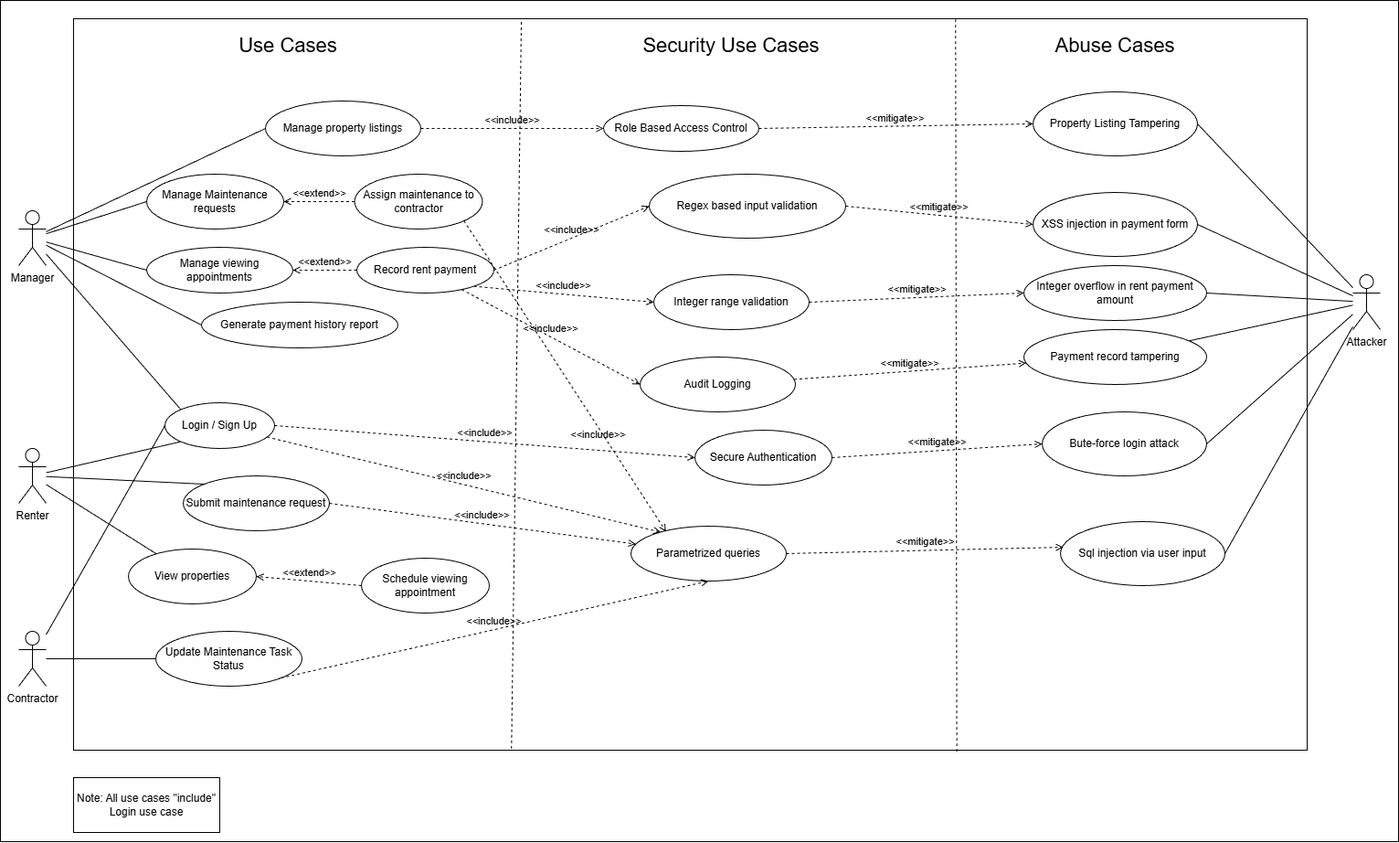
Earlier version of the draw.io export SSD_UseCaseDiagram_RealEstateProject.drawio.png (60106307/SSD_Assignment). Source tidied: cells renumbered, new cells last; positions are measured from the earlier drawing's top-left corner, leaving out a move shared by most shapes.
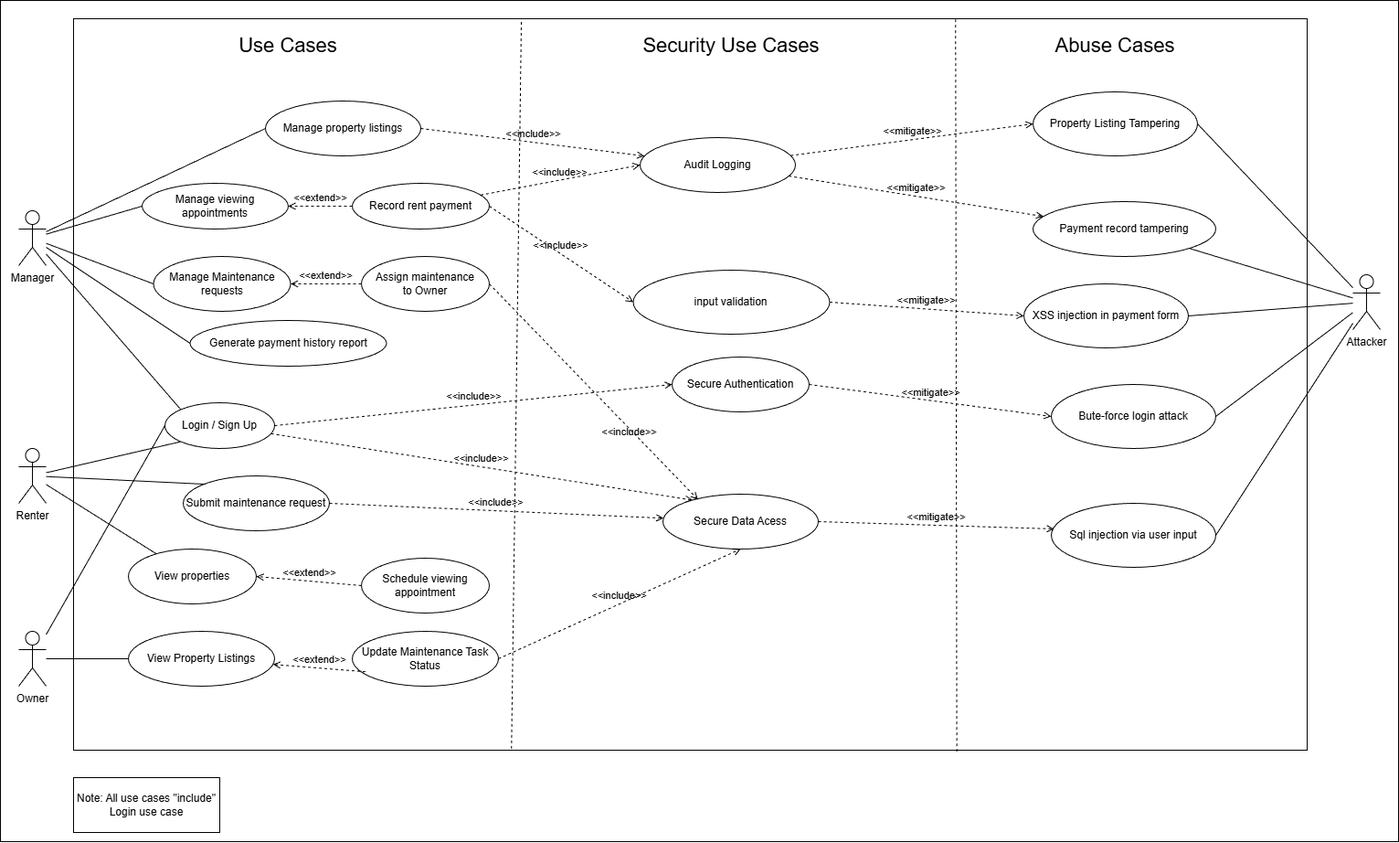
Later version of the same file.

Commit message:
Updated Use Case Diagram as per feedback

Changed low level security use cases to high level and assigned new use case to Owner, changed from contractor to Owner

What changed in the source:
```diff
@@ -26,23 +26,23 @@
     <mxCell id="9" value="Schedule viewing appointment" style="ellipse;whiteSpace=wrap;html=1;" parent="1" vertex="1">
       <mxGeometry x="395" y="610" width="140" height="60" as="geometry" />
     </mxCell>
-    <mxCell id="10" value="Assign maintenance to c&lt;span style=&quot;text-wrap-mode: nowrap;&quot;&gt;ontractor&lt;/span&gt;" style="ellipse;whiteSpace=wrap;html=1;" parent="1" vertex="1">
-      <mxGeometry x="387.5" y="190" width="140" height="60" as="geometry" />
+    <mxCell id="10" value="Assign maintenance to&amp;nbsp;&lt;span style=&quot;text-wrap-mode: nowrap;&quot;&gt;Owner&lt;/span&gt;" style="ellipse;whiteSpace=wrap;html=1;" parent="1" vertex="1">
+      <mxGeometry x="395" y="280" width="140" height="60" as="geometry" />
     </mxCell>
     <mxCell id="11" value="Manage Maintenance requests" style="ellipse;whiteSpace=wrap;html=1;" parent="1" vertex="1">
-      <mxGeometry x="160" y="190" width="150" height="60" as="geometry" />
+      <mxGeometry x="167.5" y="280" width="150" height="60" as="geometry" />
     </mxCell>
     <mxCell id="12" value="Record rent payment" style="ellipse;whiteSpace=wrap;html=1;" parent="1" vertex="1">
-      <mxGeometry x="390" y="270" width="150" height="50" as="geometry" />
+      <mxGeometry x="385" y="200" width="150" height="50" as="geometry" />
     </mxCell>
     <mxCell id="13" value="Generate payment history report" style="ellipse;whiteSpace=wrap;html=1;" parent="1" vertex="1">
-      <mxGeometry x="220" y="330" width="215" height="50" as="geometry" />
+      <mxGeometry x="207.5" y="350" width="215" height="50" as="geometry" />
     </mxCell>
     <mxCell id="14" value="Login /&amp;nbsp;&lt;span style=&quot;background-color: transparent; color: light-dark(rgb(0, 0, 0), rgb(255, 255, 255));&quot;&gt;Sign Up&lt;/span&gt;" style="ellipse;whiteSpace=wrap;html=1;" parent="1" vertex="1">
       <mxGeometry x="180" y="440" width="120" height="50" as="geometry" />
     </mxCell>
     <mxCell id="15" value="Manage viewing appointments" style="ellipse;whiteSpace=wrap;html=1;" parent="1" vertex="1">
-      <mxGeometry x="160" y="270" width="160" height="50" as="geometry" />
+      <mxGeometry x="155" y="200" width="160" height="50" as="geometry" />
     </mxCell>
     <mxCell id="16" style="endArrow=none;html=1;rounded=0;entryX=0;entryY=0.5;entryDx=0;entryDy=0;" parent="1" edge="1" source="4" target="6">
       <mxGeometry relative="1" as="geometry" />
@@ -60,7 +60,7 @@
       <mxGeometry relative="1" as="geometry" />
     </mxCell>
     <mxCell id="21" value="&amp;lt;&amp;lt;extend&amp;gt;&amp;gt;" style="html=1;verticalAlign=bottom;labelBackgroundColor=none;endArrow=open;endFill=0;dashed=1;rounded=0;entryX=1;entryY=0.5;entryDx=0;entryDy=0;exitX=0;exitY=0.5;exitDx=0;exitDy=0;" parent="1" edge="1" source="10" target="11">
-      <mxGeometry relative="1" as="geometry" />
+      <mxGeometry x="0.01" relative="1" as="geometry" />
     </mxCell>
     <mxCell id="22" value="&amp;lt;&amp;lt;extend&amp;gt;&amp;gt;" style="html=1;verticalAlign=bottom;labelBackgroundColor=none;endArrow=open;endFill=0;dashed=1;rounded=0;entryX=1;entryY=0.5;entryDx=0;entryDy=0;exitX=0;exitY=0.5;exitDx=0;exitDy=0;" parent="1" edge="1" source="12" target="15">
       <mxGeometry relative="1" as="geometry" />
@@ -77,23 +77,23 @@
     <mxCell id="26" value="&amp;lt;&amp;lt;extend&amp;gt;&amp;gt;" style="html=1;verticalAlign=bottom;labelBackgroundColor=none;endArrow=open;endFill=0;dashed=1;rounded=0;entryX=1;entryY=0.5;entryDx=0;entryDy=0;exitX=0;exitY=0.5;exitDx=0;exitDy=0;" parent="1" edge="1" source="9" target="8">
       <mxGeometry relative="1" as="geometry" />
     </mxCell>
-    <mxCell id="27" value="Contractor" style="shape=umlActor;verticalLabelPosition=bottom;verticalAlign=top;html=1;outlineConnect=0;" parent="1" vertex="1">
+    <mxCell id="27" value="Owner" style="shape=umlActor;verticalLabelPosition=bottom;verticalAlign=top;html=1;outlineConnect=0;" parent="1" vertex="1">
       <mxGeometry x="20" y="690" width="30" height="60" as="geometry" />
     </mxCell>
     <mxCell id="28" value="Update Maintenance Task Status" style="ellipse;whiteSpace=wrap;html=1;" parent="1" vertex="1">
-      <mxGeometry x="170" y="690" width="160" height="60" as="geometry" />
+      <mxGeometry x="385" y="690" width="160" height="60" as="geometry" />
     </mxCell>
     <mxCell id="29" value="Note: All use cases &quot;include&quot; Login use case" style="rounded=0;whiteSpace=wrap;html=1;" parent="1" vertex="1">
       <mxGeometry x="80" y="850" width="160" height="60" as="geometry" />
     </mxCell>
-    <mxCell id="30" style="endArrow=none;html=1;rounded=0;entryX=0;entryY=0.5;entryDx=0;entryDy=0;" parent="1" edge="1" source="27" target="28">
+    <mxCell id="30" style="endArrow=none;html=1;rounded=0;" parent="1" edge="1" source="27" target="71">
       <mxGeometry relative="1" as="geometry" />
     </mxCell>
     <mxCell id="31" value="Use Cases" style="text;html=1;whiteSpace=wrap;strokeColor=none;fillColor=none;align=center;verticalAlign=middle;rounded=0;fontSize=22;" parent="1" vertex="1">
       <mxGeometry x="250" y="30" width="130" height="40" as="geometry" />
     </mxCell>
     <mxCell id="32" value="Secure Authentication" style="ellipse;whiteSpace=wrap;html=1;" parent="1" vertex="1">
-      <mxGeometry x="760" y="470" width="150" height="60" as="geometry" />
+      <mxGeometry x="735" y="390" width="150" height="60" as="geometry" />
     </mxCell>
     <mxCell id="33" style="endArrow=none;dashed=1;html=1;rounded=0;entryX=0.363;entryY=0.002;entryDx=0;entryDy=0;exitX=0.355;exitY=0.998;exitDx=0;exitDy=0;entryPerimeter=0;exitPerimeter=0;" parent="1" edge="1" source="3" target="3">
       <mxGeometry relative="1" as="geometry" />
@@ -104,39 +104,27 @@
     <mxCell id="35" value="&amp;lt;&amp;lt;include&amp;gt;&amp;gt;" style="html=1;verticalAlign=bottom;labelBackgroundColor=none;endArrow=open;endFill=0;dashed=1;rounded=0;entryX=0;entryY=0.5;entryDx=0;entryDy=0;exitX=1;exitY=0.5;exitDx=0;exitDy=0;" parent="1" edge="1" source="14" target="32">
       <mxGeometry relative="1" as="geometry" />
     </mxCell>
-    <mxCell id="36" value="Role Based Access Control" style="ellipse;whiteSpace=wrap;html=1;" parent="1" vertex="1">
-      <mxGeometry x="660" y="115" width="170" height="50" as="geometry" />
-    </mxCell>
-    <mxCell id="37" value="&amp;lt;&amp;lt;include&amp;gt;&amp;gt;" style="html=1;verticalAlign=bottom;labelBackgroundColor=none;endArrow=open;endFill=0;dashed=1;rounded=0;entryX=0;entryY=0.5;entryDx=0;entryDy=0;exitX=1;exitY=0.5;exitDx=0;exitDy=0;" parent="1" edge="1" source="6" target="36">
-      <mxGeometry relative="1" as="geometry" />
-    </mxCell>
     <mxCell id="38" value="Abuse Cases" style="text;html=1;whiteSpace=wrap;strokeColor=none;fillColor=none;align=center;verticalAlign=middle;rounded=0;fontSize=22;" parent="1" vertex="1">
       <mxGeometry x="1110" y="30" width="220" height="40" as="geometry" />
     </mxCell>
-    <mxCell id="39" value="Parametrized queries" style="ellipse;whiteSpace=wrap;html=1;" parent="1" vertex="1">
-      <mxGeometry x="690" y="575" width="170" height="60" as="geometry" />
+    <mxCell id="39" value="Secure Data Acess" style="ellipse;whiteSpace=wrap;html=1;" parent="1" vertex="1">
+      <mxGeometry x="725" y="540" width="170" height="60" as="geometry" />
     </mxCell>
-    <mxCell id="40" value="Integer range validation" style="ellipse;whiteSpace=wrap;html=1;" parent="1" vertex="1">
-      <mxGeometry x="715" y="300" width="170" height="60" as="geometry" />
-    </mxCell>
-    <mxCell id="41" value="Regex based input validation" style="ellipse;whiteSpace=wrap;html=1;" parent="1" vertex="1">
-      <mxGeometry x="710" y="190" width="215" height="70" as="geometry" />
+    <mxCell id="41" value="input validation" style="ellipse;whiteSpace=wrap;html=1;" parent="1" vertex="1">
+      <mxGeometry x="692.5" y="295" width="215" height="70" as="geometry" />
     </mxCell>
     <mxCell id="42" style="endArrow=none;dashed=1;html=1;rounded=0;entryX=0.715;entryY=0.001;entryDx=0;entryDy=0;exitX=0.716;exitY=1.002;exitDx=0;exitDy=0;entryPerimeter=0;exitPerimeter=0;" parent="1" edge="1" source="3" target="3">
       <mxGeometry relative="1" as="geometry" />
     </mxCell>
     <mxCell id="43" value="Bute-force login attack" style="ellipse;whiteSpace=wrap;html=1;" parent="1" vertex="1">
-      <mxGeometry x="1140" y="450" width="180" height="70" as="geometry" />
+      <mxGeometry x="1150" y="420" width="180" height="70" as="geometry" />
     </mxCell>
     <mxCell id="44" value="Property Listing Tampering" style="ellipse;whiteSpace=wrap;html=1;" parent="1" vertex="1">
       <mxGeometry x="1130" y="100" width="180" height="70" as="geometry" />
     </mxCell>
     <mxCell id="45" value="XSS injection in payment form" style="ellipse;whiteSpace=wrap;html=1;" parent="1" vertex="1">
-      <mxGeometry x="1130" y="210" width="180" height="70" as="geometry" />
+      <mxGeometry x="1120" y="310" width="180" height="70" as="geometry" />
     </mxCell>
-    <mxCell id="46" value="Integer overflow in rent payment amount" style="ellipse;whiteSpace=wrap;html=1;" parent="1" vertex="1">
-      <mxGeometry x="1120" y="290" width="200" height="60" as="geometry" />
-    </mxCell>
     <mxCell id="47" value="Attacker" style="shape=umlActor;verticalLabelPosition=bottom;verticalAlign=top;html=1;outlineConnect=0;" parent="1" vertex="1">
       <mxGeometry x="1480" y="300" width="30" height="60" as="geometry" />
     </mxCell>
@@ -149,20 +137,11 @@
     <mxCell id="50" value="&amp;lt;&amp;lt;mitigate&lt;span style=&quot;background-color: transparent; color: light-dark(rgb(0, 0, 0), rgb(255, 255, 255));&quot;&gt;&amp;gt;&amp;gt;&lt;/span&gt;" style="html=1;verticalAlign=bottom;labelBackgroundColor=none;endArrow=open;endFill=0;dashed=1;rounded=0;entryX=0;entryY=0.5;entryDx=0;entryDy=0;exitX=1;exitY=0.5;exitDx=0;exitDy=0;" parent="1" edge="1" source="32" target="43">
       <mxGeometry relative="1" as="geometry" />
     </mxCell>
-    <mxCell id="51" value="&amp;lt;&amp;lt;mitigate&lt;span style=&quot;background-color: transparent; color: light-dark(rgb(0, 0, 0), rgb(255, 255, 255));&quot;&gt;&amp;gt;&amp;gt;&lt;/span&gt;" style="html=1;verticalAlign=bottom;labelBackgroundColor=none;endArrow=open;endFill=0;dashed=1;rounded=0;entryX=0;entryY=0.5;entryDx=0;entryDy=0;exitX=1;exitY=0.5;exitDx=0;exitDy=0;" parent="1" edge="1" source="36" target="44">
-      <mxGeometry relative="1" as="geometry" />
-    </mxCell>
     <mxCell id="52" value="&amp;lt;&amp;lt;include&amp;gt;&amp;gt;" style="html=1;verticalAlign=bottom;labelBackgroundColor=none;endArrow=open;endFill=0;dashed=1;rounded=0;exitX=1;exitY=0.5;exitDx=0;exitDy=0;" parent="1" edge="1" source="7" target="39">
       <mxGeometry relative="1" as="geometry" />
     </mxCell>
-    <mxCell id="53" value="&amp;lt;&amp;lt;include&amp;gt;&amp;gt;" style="html=1;verticalAlign=bottom;labelBackgroundColor=none;endArrow=open;endFill=0;dashed=1;rounded=0;entryX=0;entryY=0.5;entryDx=0;entryDy=0;exitX=1;exitY=1;exitDx=0;exitDy=0;" parent="1" edge="1" source="12" target="40">
-      <mxGeometry relative="1" as="geometry" />
-    </mxCell>
-    <mxCell id="54" value="&amp;lt;&amp;lt;mitigate&lt;span style=&quot;background-color: transparent; color: light-dark(rgb(0, 0, 0), rgb(255, 255, 255));&quot;&gt;&amp;gt;&amp;gt;&lt;/span&gt;" style="html=1;verticalAlign=bottom;labelBackgroundColor=none;endArrow=open;endFill=0;dashed=1;rounded=0;entryX=0;entryY=0.5;entryDx=0;entryDy=0;exitX=1;exitY=0.5;exitDx=0;exitDy=0;" parent="1" edge="1" source="40" target="46">
-      <mxGeometry relative="1" as="geometry" />
-    </mxCell>
     <mxCell id="55" value="Sql injection via user input" style="ellipse;whiteSpace=wrap;html=1;" parent="1" vertex="1">
-      <mxGeometry x="1160" y="570" width="180" height="70" as="geometry" />
+      <mxGeometry x="1150" y="550" width="180" height="70" as="geometry" />
     </mxCell>
     <mxCell id="56" value="&amp;lt;&amp;lt;mitigate&lt;span style=&quot;background-color: transparent; color: light-dark(rgb(0, 0, 0), rgb(255, 255, 255));&quot;&gt;&amp;gt;&amp;gt;&lt;/span&gt;" style="html=1;verticalAlign=bottom;labelBackgroundColor=none;endArrow=open;endFill=0;dashed=1;rounded=0;entryX=0.017;entryY=0.4;entryDx=0;entryDy=0;exitX=1;exitY=0.5;exitDx=0;exitDy=0;entryPerimeter=0;" parent="1" edge="1" source="39" target="55">
       <mxGeometry relative="1" as="geometry" />
@@ -173,9 +152,6 @@
     <mxCell id="58" style="endArrow=none;html=1;rounded=0;entryX=1;entryY=0.5;entryDx=0;entryDy=0;" parent="1" edge="1" source="47" target="45">
       <mxGeometry relative="1" as="geometry" />
     </mxCell>
-    <mxCell id="59" style="endArrow=none;html=1;rounded=0;entryX=1;entryY=0.5;entryDx=0;entryDy=0;" parent="1" edge="1" source="47" target="46">
-      <mxGeometry relative="1" as="geometry" />
-    </mxCell>
     <mxCell id="60" style="endArrow=none;html=1;rounded=0;entryX=1;entryY=0.5;entryDx=0;entryDy=0;" parent="1" edge="1" source="47" target="43">
       <mxGeometry relative="1" as="geometry" />
     </mxCell>
@@ -183,10 +159,10 @@
       <mxGeometry relative="1" as="geometry" />
     </mxCell>
     <mxCell id="62" value="Audit Logging" style="ellipse;whiteSpace=wrap;html=1;" parent="1" vertex="1">
-      <mxGeometry x="700" y="390" width="170" height="60" as="geometry" />
+      <mxGeometry x="700" y="150" width="170" height="60" as="geometry" />
     </mxCell>
     <mxCell id="63" value="Payment record tampering" style="ellipse;whiteSpace=wrap;html=1;" parent="1" vertex="1">
-      <mxGeometry x="1120" y="360" width="200" height="60" as="geometry" />
+      <mxGeometry x="1130" y="220" width="200" height="60" as="geometry" />
     </mxCell>
     <mxCell id="64" value="&amp;lt;&amp;lt;include&amp;gt;&amp;gt;" style="html=1;verticalAlign=bottom;labelBackgroundColor=none;endArrow=open;endFill=0;dashed=1;rounded=0;entryX=0;entryY=0.5;entryDx=0;entryDy=0;" parent="1" edge="1" source="12" target="62">
       <mxGeometry relative="1" as="geometry" />
@@ -197,7 +173,7 @@
     <mxCell id="66" value="&amp;lt;&amp;lt;include&amp;gt;&amp;gt;" style="html=1;verticalAlign=bottom;labelBackgroundColor=none;endArrow=open;endFill=0;dashed=1;rounded=0;entryX=0.192;entryY=0.11;entryDx=0;entryDy=0;entryPerimeter=0;" parent="1" edge="1" source="14" target="39">
       <mxGeometry relative="1" as="geometry" />
     </mxCell>
-    <mxCell id="67" value="&amp;lt;&amp;lt;include&amp;gt;&amp;gt;" style="html=1;verticalAlign=bottom;labelBackgroundColor=none;endArrow=open;endFill=0;dashed=1;rounded=0;entryX=0.226;entryY=0.1;entryDx=0;entryDy=0;entryPerimeter=0;exitX=1;exitY=1;exitDx=0;exitDy=0;" parent="1" edge="1" source="10" target="39">
+    <mxCell id="67" value="&amp;lt;&amp;lt;include&amp;gt;&amp;gt;" style="html=1;verticalAlign=bottom;labelBackgroundColor=none;endArrow=open;endFill=0;dashed=1;rounded=0;entryX=0.226;entryY=0.1;entryDx=0;entryDy=0;entryPerimeter=0;exitX=1;exitY=0.5;exitDx=0;exitDy=0;" parent="1" edge="1" source="10" target="39">
       <mxGeometry x="0.4" y="-9" relative="1" as="geometry" />
     </mxCell>
     <mxCell id="68" style="endArrow=none;html=1;rounded=0;" parent="1" edge="1" source="47" target="63">
@@ -206,8 +182,20 @@
     <mxCell id="69" style="endArrow=none;html=1;rounded=0;entryX=0;entryY=0.5;entryDx=0;entryDy=0;" parent="1" edge="1" source="27" target="14">
       <mxGeometry relative="1" as="geometry" />
     </mxCell>
-    <mxCell id="70" value="&amp;lt;&amp;lt;include&amp;gt;&amp;gt;" style="html=1;verticalAlign=bottom;labelBackgroundColor=none;endArrow=open;endFill=0;dashed=1;rounded=0;exitX=1;exitY=1;exitDx=0;exitDy=0;entryX=0.5;entryY=1;entryDx=0;entryDy=0;" parent="1" edge="1" source="28" target="39">
+    <mxCell id="70" value="&amp;lt;&amp;lt;include&amp;gt;&amp;gt;" style="html=1;verticalAlign=bottom;labelBackgroundColor=none;endArrow=open;endFill=0;dashed=1;rounded=0;exitX=1;exitY=0.5;exitDx=0;exitDy=0;entryX=0.5;entryY=1;entryDx=0;entryDy=0;" parent="1" edge="1" source="28" target="39">
       <mxGeometry relative="1" as="geometry" />
     </mxCell>
+    <mxCell id="71" value="View Property Listings" style="ellipse;whiteSpace=wrap;html=1;" parent="1" vertex="1">
+      <mxGeometry x="140" y="690" width="160" height="60" as="geometry" />
+    </mxCell>
+    <mxCell id="72" value="&amp;lt;&amp;lt;extend&amp;gt;&amp;gt;" style="html=1;verticalAlign=bottom;labelBackgroundColor=none;endArrow=open;endFill=0;dashed=1;rounded=0;exitX=0.09;exitY=0.737;exitDx=0;exitDy=0;exitPerimeter=0;" parent="1" edge="1" source="28" target="71">
+      <mxGeometry relative="1" as="geometry" />
+    </mxCell>
+    <mxCell id="73" value="&amp;lt;&amp;lt;include&amp;gt;&amp;gt;" style="html=1;verticalAlign=bottom;labelBackgroundColor=none;endArrow=open;endFill=0;dashed=1;rounded=0;exitX=1;exitY=0.5;exitDx=0;exitDy=0;" parent="1" edge="1" source="6" target="62">
+      <mxGeometry relative="1" as="geometry" />
+    </mxCell>
+    <mxCell id="74" value="&amp;lt;&amp;lt;mitigate&lt;span style=&quot;background-color: transparent; color: light-dark(rgb(0, 0, 0), rgb(255, 255, 255));&quot;&gt;&amp;gt;&amp;gt;&lt;/span&gt;" style="html=1;verticalAlign=bottom;labelBackgroundColor=none;endArrow=open;endFill=0;dashed=1;rounded=0;entryX=0;entryY=0.5;entryDx=0;entryDy=0;" parent="1" edge="1" source="62" target="44">
+      <mxGeometry relative="1" as="geometry" />
+    </mxCell>
   </root>
 </mxGraphModel>
```
